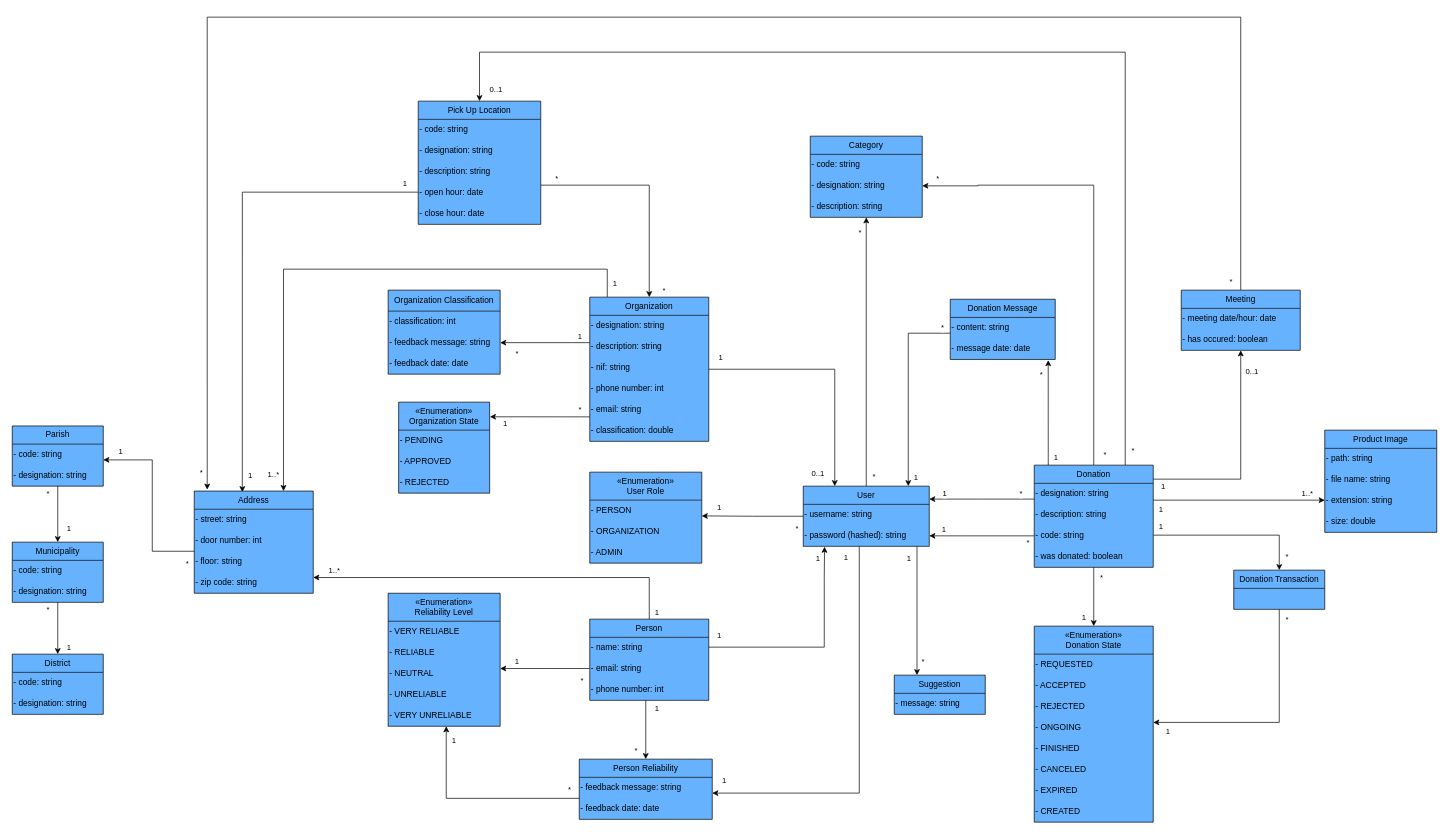
Before: domain_model.drawio in Symbolism00/ReDoar, a draw.io diagram. Source tidied: cells renumbered, new cells numbered last; positions are measured from the earlier drawing's top-left corner, leaving out a move shared by most shapes. Both pictures are drawn from the tidied source at 70%, with x=0, y=0 at pixel (12, 17).
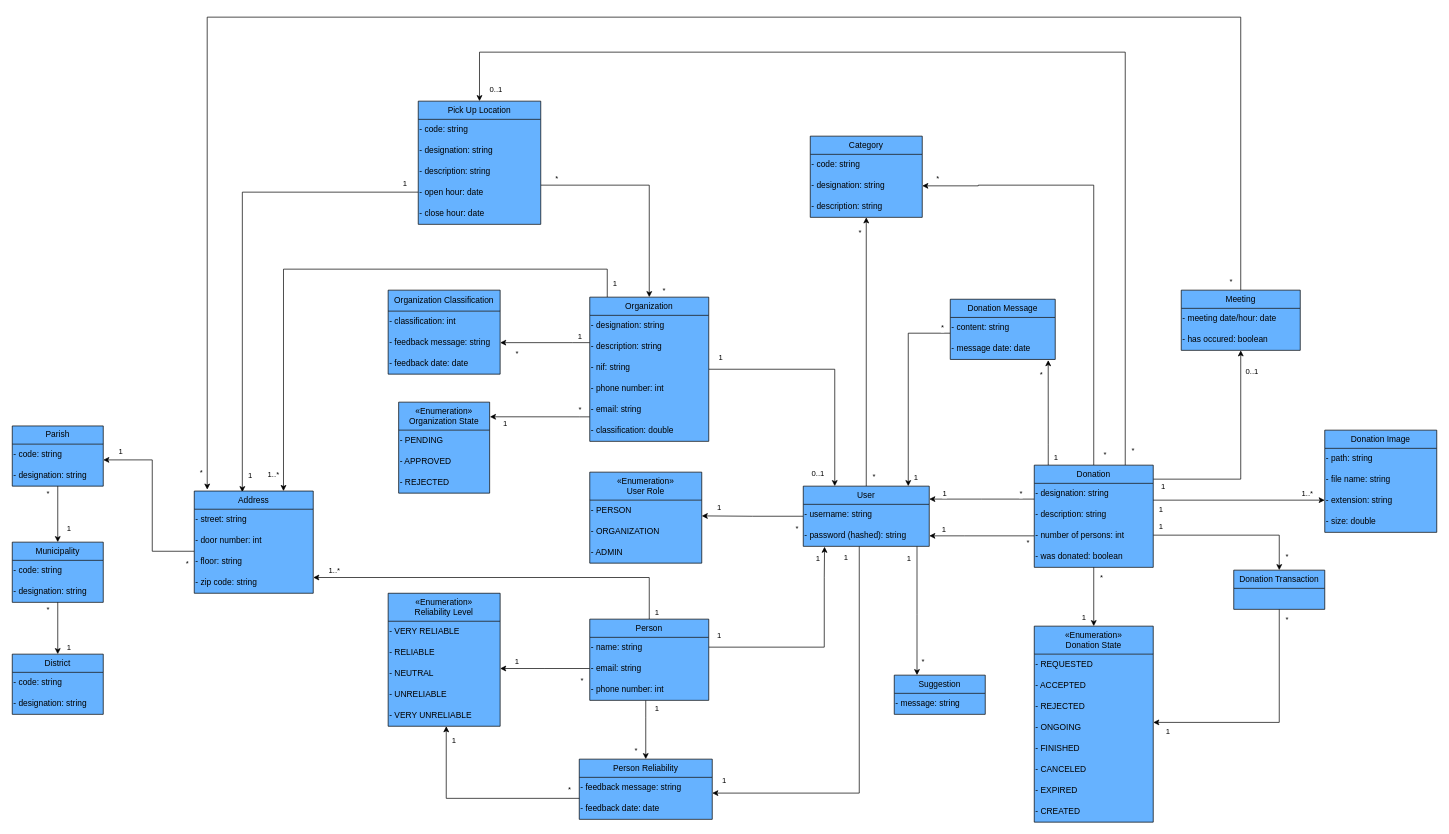
The same diagram, later.

Commit message (it also covers changes not shown here):
Some changes in domain model

The change refers to these unchanged cells:
```xml
<mxCell id="41" value="Donation" style="swimlane;fontStyle=0;horizontal=1;startSize=26;fillColor=#66B2FF;whiteSpace=wrap;html=1;strokeColor=#000000;gradientColor=none;swimlaneFillColor=#66B2FF;" parent="1" vertex="1">
  <mxGeometry x="1460" y="640" width="170" height="146" as="geometry" />
</mxCell>
```

The edit, as a diff of the source:
```diff
@@
-    <mxCell id="44" value="- code: string" style="text;html=1;strokeColor=none;fillColor=none;align=left;verticalAlign=middle;whiteSpace=wrap;rounded=0;" parent="41" vertex="1">
+    <mxCell id="44" value="- number of persons: int" style="text;html=1;strokeColor=none;fillColor=none;align=left;verticalAlign=middle;whiteSpace=wrap;rounded=0;" parent="41" vertex="1">
       <mxGeometry y="86" width="170" height="30" as="geometry" />
     </mxCell>
@@
-    <mxCell id="91" value="Product Image" style="swimlane;fontStyle=0;horizontal=1;startSize=26;fillColor=#66B2FF;whiteSpace=wrap;html=1;strokeColor=#000000;gradientColor=none;swimlaneFillColor=#66B2FF;" parent="1" vertex="1">
+    <mxCell id="91" value="Donation Image" style="swimlane;fontStyle=0;horizontal=1;startSize=26;fillColor=#66B2FF;whiteSpace=wrap;html=1;strokeColor=#000000;gradientColor=none;swimlaneFillColor=#66B2FF;" parent="1" vertex="1">
       <mxGeometry x="1875" y="590" width="160" height="146" as="geometry" />
     </mxCell>
```
